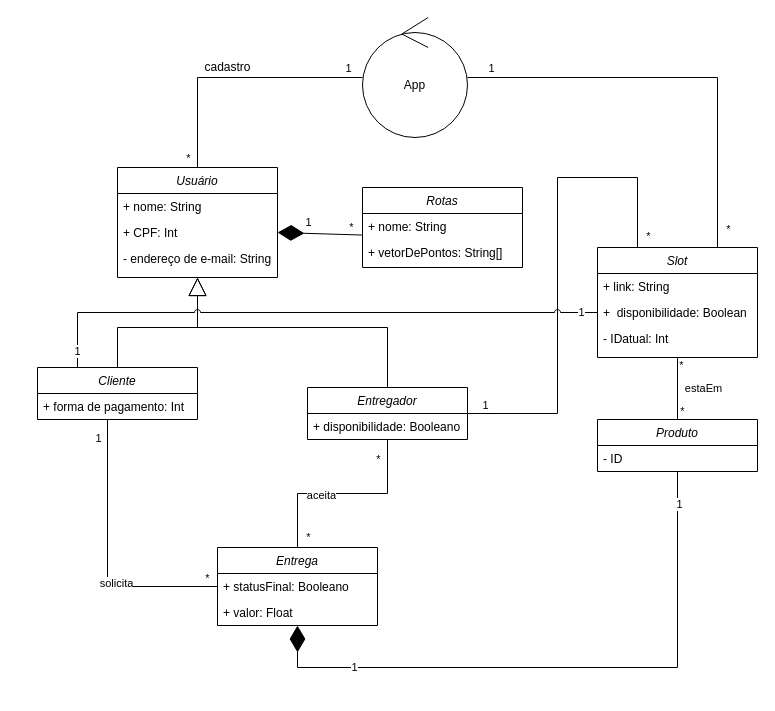
This is Diagrama Conceitual - Projeto.drawio from bruniculos08/SOFT003, a draw.io file, before an edit. Source tidied: cells renumbered, new cells numbered last; positions are measured from the earlier drawing's top-left corner, leaving out a move shared by most shapes. Both pictures are drawn from the tidied source at 100%, with x=0, y=0 at pixel (37, 17).
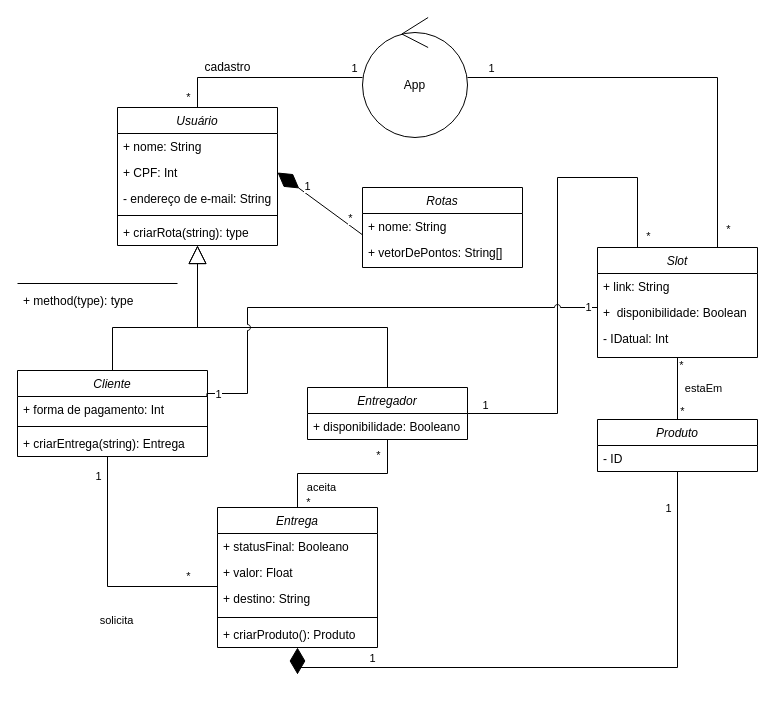
Above is the later version.

The change refers to these unchanged cells:
```xml
<mxCell id="6" style="edgeStyle=orthogonalEdgeStyle;rounded=0;jettySize=auto;html=1;entryX=0;entryY=0.5;entryDx=0;entryDy=0;startArrow=none;startFill=0;endArrow=none;endFill=0;" parent="1" edge="1" source="10" target="38">
  <mxGeometry relative="1" as="geometry">
    <Array as="points">
      <mxPoint x="70" y="569" />
    </Array>
  </mxGeometry>
</mxCell>
<mxCell id="21" value="- ID" style="text;align=left;verticalAlign=top;spacingLeft=4;spacingRight=4;overflow=hidden;points=[[0,0.5],[1,0.5]];portConstraint=eastwest;" parent="20" vertex="1">
  <mxGeometry y="26" width="160" height="26" as="geometry" />
</mxCell>
<mxCell id="28" value="+  disponibilidade: Boolean" style="text;align=left;verticalAlign=top;spacingLeft=4;spacingRight=4;overflow=hidden;points=[[0,0.5],[1,0.5]];portConstraint=eastwest;rounded=0;shadow=0;html=0;" parent="26" vertex="1">
  <mxGeometry y="52" width="160" height="26" as="geometry" />
</mxCell>
<mxCell id="30" style="edgeStyle=orthogonalEdgeStyle;rounded=0;jettySize=auto;html=1;entryX=0.5;entryY=0;entryDx=0;entryDy=0;startArrow=none;startFill=0;endArrow=none;endFill=0;" parent="1" edge="1" source="36" target="2">
  <mxGeometry relative="1" as="geometry" />
</mxCell>
<mxCell id="39" value="+ valor: Float" style="text;align=left;verticalAlign=top;spacingLeft=4;spacingRight=4;overflow=hidden;points=[[0,0.5],[1,0.5]];portConstraint=eastwest;" parent="37" vertex="1">
  <mxGeometry y="52" width="160" height="26" as="geometry" />
</mxCell>
```

Change to the diagram source:
```diff
@@
     <mxCell id="2" value="Usuário" style="swimlane;fontStyle=2;align=center;verticalAlign=top;horizontal=1;startSize=26;rounded=0;shadow=0;strokeWidth=1;" parent="1" vertex="1">
-      <mxGeometry x="80" y="150" width="160" height="110" as="geometry" />
+      <mxGeometry x="80" y="90" width="160" height="138" as="geometry" />
     </mxCell>
@@
+    <mxCell id="56" style="line;strokeWidth=1;fillColor=none;align=left;verticalAlign=middle;spacingTop=-1;spacingLeft=3;spacingRight=3;labelPosition=right;" parent="2" vertex="1">
+      <mxGeometry y="104" width="160" height="8" as="geometry" />
+    </mxCell>
+    <mxCell id="57" value="+ criarRota(string): type" style="text;strokeColor=none;fillColor=none;align=left;verticalAlign=top;spacingLeft=4;spacingRight=4;overflow=hidden;" parent="2" vertex="1">
+      <mxGeometry y="112" width="160" height="26" as="geometry" />
+    </mxCell>
@@
     <mxCell id="8" value="*" style="edgeLabel;html=1;align=center;verticalAlign=middle;" parent="6" vertex="1">
       <mxGeometry x="0.89" y="2" relative="1" as="geometry">
-        <mxPoint x="4" y="-7" as="offset" />
+        <mxPoint x="-28" y="14" as="offset" />
       </mxGeometry>
     </mxCell>
@@
     <mxCell id="10" value="Cliente" style="swimlane;fontStyle=2;align=center;verticalAlign=top;horizontal=1;startSize=26;rounded=0;shadow=0;strokeWidth=1;" parent="1" vertex="1">
-      <mxGeometry y="350" width="160" height="52" as="geometry" />
+      <mxGeometry x="-20" y="353" width="190" height="86" as="geometry" />
     </mxCell>
     <mxCell id="11" value="+ forma de pagamento: Int" style="text;align=left;verticalAlign=top;spacingLeft=4;spacingRight=4;overflow=hidden;points=[[0,0.5],[1,0.5]];portConstraint=eastwest;rounded=0;shadow=0;html=0;" parent="10" vertex="1">
-      <mxGeometry y="26" width="160" height="26" as="geometry" />
+      <mxGeometry y="26" width="190" height="26" as="geometry" />
     </mxCell>
+    <mxCell id="58" style="line;strokeWidth=1;fillColor=none;align=left;verticalAlign=middle;spacingTop=-1;spacingLeft=3;spacingRight=3;labelPosition=right;" parent="10" vertex="1">
+      <mxGeometry y="52" width="190" height="8" as="geometry" />
+    </mxCell>
+    <mxCell id="59" value="+ criarEntrega(string): Entrega" style="text;strokeColor=none;fillColor=none;align=left;verticalAlign=top;spacingLeft=4;spacingRight=4;overflow=hidden;" parent="10" vertex="1">
+      <mxGeometry y="60" width="190" height="26" as="geometry" />
+    </mxCell>
@@
     <mxCell id="19" style="endArrow=block;endSize=16;endFill=0;html=1;rounded=0;entryX=0.5;entryY=1;entryDx=0;entryDy=0;exitX=0.5;exitY=0;exitDx=0;exitDy=0;" parent="1" edge="1" source="10" target="2">
       <mxGeometry relative="1" as="geometry">
         <Array as="points">
-          <mxPoint x="80" y="310" />
+          <mxPoint x="75" y="310" />
           <mxPoint x="160" y="310" />
         </Array>
       </mxGeometry>
     </mxCell>
@@
     <mxCell id="31" value="*" style="edgeLabel;html=1;align=center;verticalAlign=middle;" parent="30" vertex="1">
       <mxGeometry x="0.89" y="1" relative="1" as="geometry">
-        <mxPoint x="-11" y="4" as="offset" />
+        <mxPoint x="-11" as="offset" />
       </mxGeometry>
     </mxCell>
@@
     <mxCell id="37" value="Entrega" style="swimlane;fontStyle=2;align=center;verticalAlign=top;horizontal=1;startSize=26;rounded=0;shadow=0;strokeWidth=1;" parent="1" vertex="1">
-      <mxGeometry x="180" y="530" width="160" height="78" as="geometry" />
+      <mxGeometry x="180" y="490" width="160" height="140" as="geometry" />
     </mxCell>
@@
+    <mxCell id="60" value="+ destino: String" style="text;align=left;verticalAlign=top;spacingLeft=4;spacingRight=4;overflow=hidden;" parent="37" vertex="1">
+      <mxGeometry y="78" width="160" height="28" as="geometry" />
+    </mxCell>
+    <mxCell id="61" style="line;strokeWidth=1;fillColor=none;align=left;verticalAlign=middle;spacingTop=-1;spacingLeft=3;spacingRight=3;labelPosition=right;" parent="37" vertex="1">
+      <mxGeometry y="106" width="160" height="8" as="geometry" />
+    </mxCell>
+    <mxCell id="62" value="+ criarProduto(): Produto" style="text;strokeColor=none;fillColor=none;align=left;verticalAlign=top;spacingLeft=4;spacingRight=4;overflow=hidden;points=[[0,0.5],[1,0.5]];portConstraint=eastwest;" parent="37" vertex="1">
+      <mxGeometry y="114" width="160" height="26" as="geometry" />
+    </mxCell>
@@
-    <mxCell id="50" style="endArrow=diamondThin;endFill=1;endSize=24;html=1;rounded=0;" parent="1" edge="1" source="21" target="39">
+    <mxCell id="50" style="endArrow=diamondThin;endFill=1;endSize=24;html=1;rounded=0;" parent="1" edge="1" source="21" target="62">
       <mxGeometry relative="1" as="geometry">
         <Array as="points">
           <mxPoint x="640" y="650" />
           <mxPoint x="260" y="650" />
         </Array>
       </mxGeometry>
     </mxCell>
     <mxCell id="51" value="1" style="edgeLabel;html=1;align=center;verticalAlign=middle;" parent="50" vertex="1">
       <mxGeometry x="0.68" y="-1" relative="1" as="geometry">
-        <mxPoint x="-1" as="offset" />
+        <mxPoint x="-1" y="-9" as="offset" />
       </mxGeometry>
     </mxCell>
     <mxCell id="52" value="1" style="edgeLabel;html=1;align=center;verticalAlign=middle;" parent="50" vertex="1">
       <mxGeometry x="-0.9" y="1" relative="1" as="geometry">
-        <mxPoint y="1" as="offset" />
+        <mxPoint x="-11" y="6" as="offset" />
       </mxGeometry>
     </mxCell>
-    <mxCell id="53" style="edgeStyle=orthogonalEdgeStyle;rounded=0;jettySize=auto;html=1;exitX=0;exitY=0.5;exitDx=0;exitDy=0;entryX=0.25;entryY=0;entryDx=0;entryDy=0;endArrow=none;endFill=0;sketch=0;jumpStyle=arc;" parent="1" edge="1" source="28" target="10">
+    <mxCell id="53" style="edgeStyle=orthogonalEdgeStyle;rounded=0;jettySize=auto;html=1;exitX=0;exitY=0.5;exitDx=0;exitDy=0;entryX=0.997;entryY=0.018;entryDx=0;entryDy=0;endArrow=none;endFill=0;sketch=0;jumpStyle=arc;entryPerimeter=0;" parent="1" edge="1" source="28" target="11">
       <mxGeometry relative="1" as="geometry">
         <Array as="points">
-          <mxPoint x="40" y="295" />
+          <mxPoint x="560" y="290" />
+          <mxPoint x="210" y="290" />
+          <mxPoint x="210" y="376" />
         </Array>
       </mxGeometry>
     </mxCell>
@@
+    <mxCell id="63" style="line;strokeWidth=1;fillColor=none;align=left;verticalAlign=middle;spacingTop=-1;spacingLeft=3;spacingRight=3;labelPosition=right;" parent="1" vertex="1">
+      <mxGeometry x="-20" y="262" width="160" height="8" as="geometry" />
+    </mxCell>
+    <mxCell id="64" value="+ method(type): type" style="text;strokeColor=none;fillColor=none;align=left;verticalAlign=top;spacingLeft=4;spacingRight=4;overflow=hidden;" parent="1" vertex="1">
+      <mxGeometry x="-20" y="270" width="160" height="26" as="geometry" />
+    </mxCell>
```
